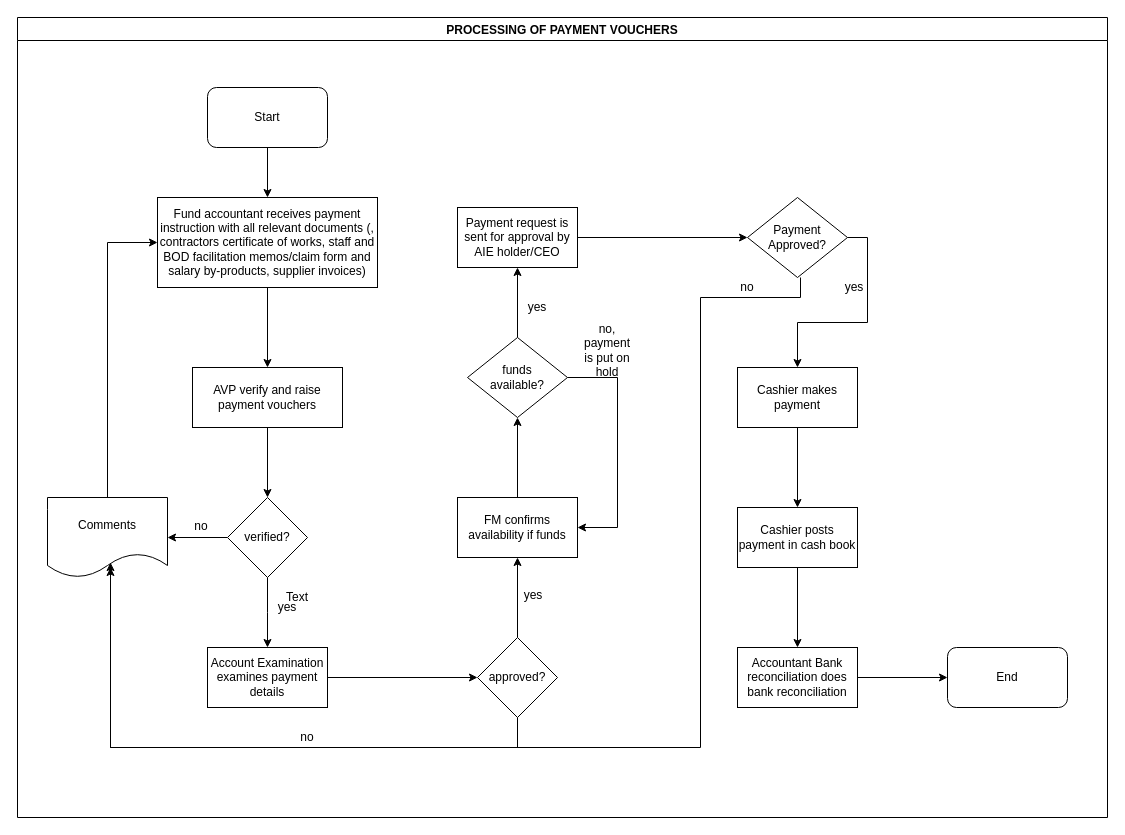
Earlier version of the draw.io diagram TPF - fin - PROCESSING OF PAYMENT VOUCHERS.drawio (kmagua/flowcharts). Source tidied: cells renumbered, new cells numbered last; positions are measured from the earlier drawing's top-left corner, leaving out a move shared by most shapes. Both pictures are drawn from the tidied source at 100%, with x=0, y=0 at pixel (17, 17).
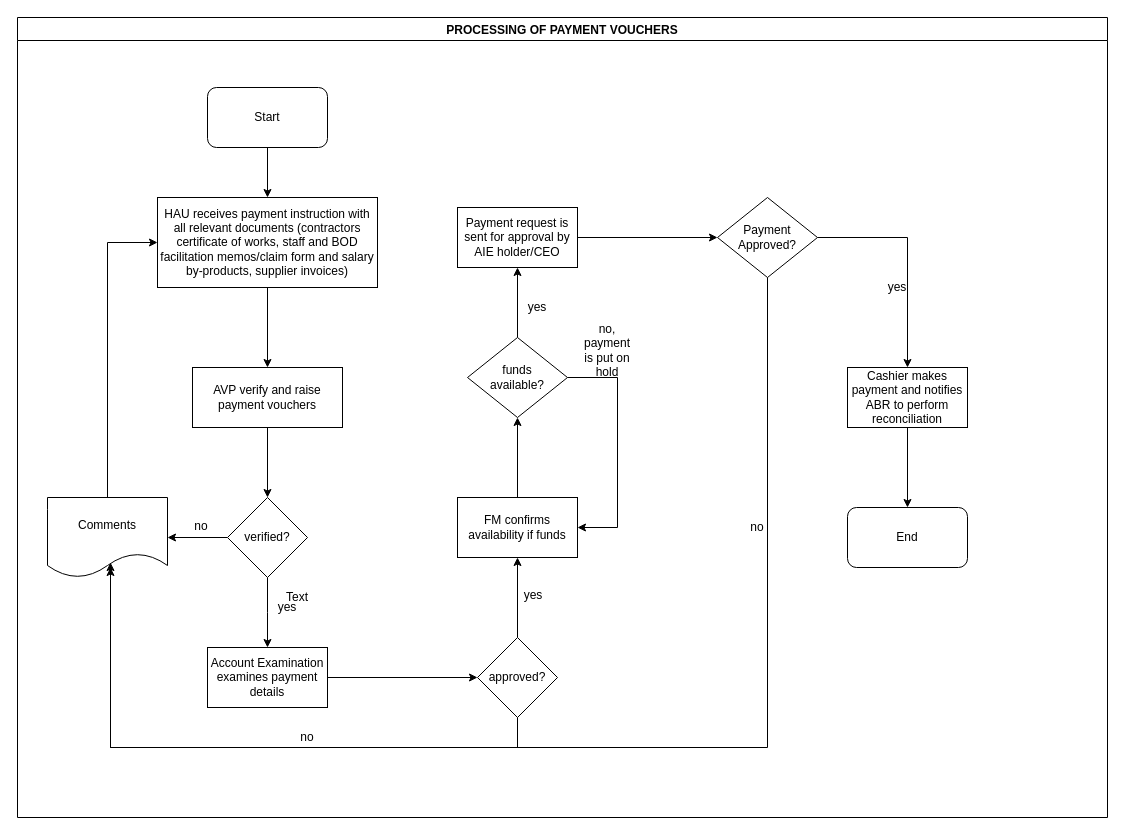
Above is the later version.

Unchanged cells that the change refers to:
```xml
<mxCell id="2" value="PROCESSING OF PAYMENT VOUCHERS" style="swimlane;" parent="1" vertex="1">
  <mxGeometry width="1090" height="800" as="geometry" />
</mxCell>
```

What changed in the source:
```diff
@@
-    <mxCell id="4" value="Fund accountant receives payment instruction with all relevant documents (, contractors certificate of works, staff and BOD facilitation memos/claim form and salary by-products, supplier invoices)" style="rounded=0;whiteSpace=wrap;html=1;" parent="2" vertex="1">
+    <mxCell id="4" value="HAU receives payment instruction with all relevant documents (contractors certificate of works, staff and BOD facilitation memos/claim form and salary by-products, supplier invoices)" style="rounded=0;whiteSpace=wrap;html=1;" parent="2" vertex="1">
       <mxGeometry x="140" y="180" width="220" height="90" as="geometry" />
     </mxCell>
@@
     <mxCell id="20" value="Payment Approved?" style="rhombus;whiteSpace=wrap;html=1;rounded=0;" parent="2" vertex="1">
-      <mxGeometry x="730" y="180" width="100" height="80" as="geometry" />
+      <mxGeometry x="700" y="180" width="100" height="80" as="geometry" />
     </mxCell>
@@
-    <mxCell id="22" value="Cashier makes payment" style="rounded=0;whiteSpace=wrap;html=1;" parent="2" vertex="1">
-      <mxGeometry x="720" y="350" width="120" height="60" as="geometry" />
+    <mxCell id="22" value="Cashier makes payment and notifies ABR to perform reconciliation" style="rounded=0;whiteSpace=wrap;html=1;" parent="2" vertex="1">
+      <mxGeometry x="830" y="350" width="120" height="60" as="geometry" />
     </mxCell>
@@
     <mxCell id="24" value="End" style="rounded=1;whiteSpace=wrap;html=1;" parent="2" vertex="1">
-      <mxGeometry x="930" y="630" width="120" height="60" as="geometry" />
+      <mxGeometry x="830" y="490" width="120" height="60" as="geometry" />
     </mxCell>
     <mxCell id="25" value="yes" style="text;html=1;strokeColor=none;fillColor=none;align=center;verticalAlign=middle;whiteSpace=wrap;rounded=0;" parent="2" vertex="1">
-      <mxGeometry x="817" y="260" width="40" height="20" as="geometry" />
+      <mxGeometry x="860" y="260" width="40" height="20" as="geometry" />
     </mxCell>
     <mxCell id="26" value="no" style="text;html=1;strokeColor=none;fillColor=none;align=center;verticalAlign=middle;whiteSpace=wrap;rounded=0;" parent="2" vertex="1">
-      <mxGeometry x="710" y="260" width="40" height="20" as="geometry" />
+      <mxGeometry x="720" y="500" width="40" height="20" as="geometry" />
     </mxCell>
+    <mxCell id="41" style="edgeStyle=orthogonalEdgeStyle;rounded=0;jettySize=auto;html=1;entryX=0.5;entryY=0;entryDx=0;entryDy=0;" parent="2" edge="1" source="22" target="24">
+      <mxGeometry relative="1" as="geometry" />
+    </mxCell>
@@
-    <mxCell id="39" style="edgeStyle=orthogonalEdgeStyle;rounded=0;jettySize=auto;html=1;" parent="1" edge="1" source="40" target="43">
-      <mxGeometry relative="1" as="geometry" />
-    </mxCell>
-    <mxCell id="40" value="Cashier posts payment in cash book" style="whiteSpace=wrap;html=1;rounded=0;" parent="1" vertex="1">
-      <mxGeometry x="720" y="490" width="120" height="60" as="geometry" />
-    </mxCell>
-    <mxCell id="41" style="edgeStyle=orthogonalEdgeStyle;rounded=0;jettySize=auto;html=1;" parent="1" edge="1" source="22" target="40">
-      <mxGeometry relative="1" as="geometry" />
-    </mxCell>
-    <mxCell id="42" style="edgeStyle=orthogonalEdgeStyle;rounded=0;jettySize=auto;html=1;" parent="1" edge="1" source="43" target="24">
-      <mxGeometry relative="1" as="geometry" />
-    </mxCell>
-    <mxCell id="43" value="&lt;span lang=&quot;EN-GB&quot;&gt;Accountant Bank reconciliation does bank reconciliation&lt;/span&gt;" style="whiteSpace=wrap;html=1;rounded=0;" parent="1" vertex="1">
-      <mxGeometry x="720" y="630" width="120" height="60" as="geometry" />
-    </mxCell>
-    <mxCell id="44" style="edgeStyle=orthogonalEdgeStyle;rounded=0;orthogonalLoop=1;jettySize=auto;html=1;" parent="1" edge="1">
+    <mxCell id="44" style="edgeStyle=orthogonalEdgeStyle;rounded=0;jettySize=auto;html=1;exitX=0.5;exitY=1;exitDx=0;exitDy=0;" parent="1" edge="1" source="20">
       <mxGeometry relative="1" as="geometry">
-        <mxPoint x="783" y="260" as="sourcePoint" />
         <mxPoint x="93" y="550" as="targetPoint" />
         <Array as="points">
-          <mxPoint x="783" y="280" />
-          <mxPoint x="683" y="280" />
-          <mxPoint x="683" y="730" />
+          <mxPoint x="750" y="730" />
           <mxPoint x="93" y="730" />
         </Array>
       </mxGeometry>
     </mxCell>
```
